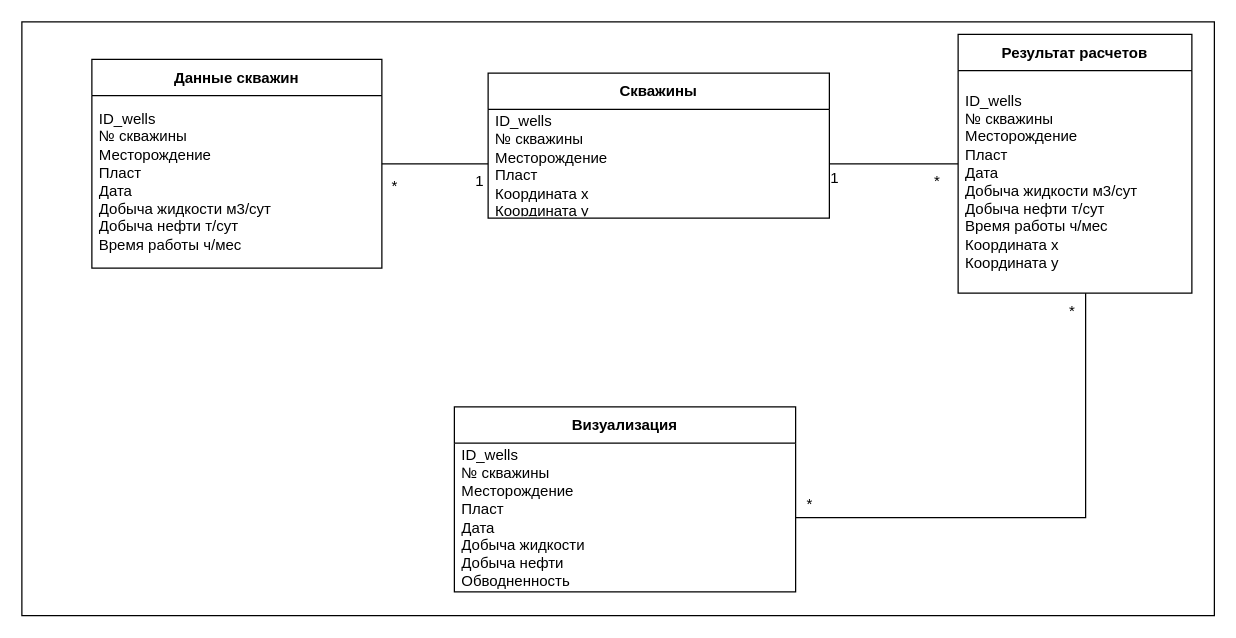
Earlier version of the draw.io diagram page "Логическая модель данных" (5 of 5) of UML diagramms.drawio (KonstantinBatrakov/BPMN_EPC_IDEF0_UML). Source tidied: cells renumbered, new cells numbered last; positions are measured from the earlier drawing's top-left corner, leaving out a move shared by most shapes. Both pictures are drawn from the tidied source at 125%, with x=0, y=0 at pixel (21, 21).
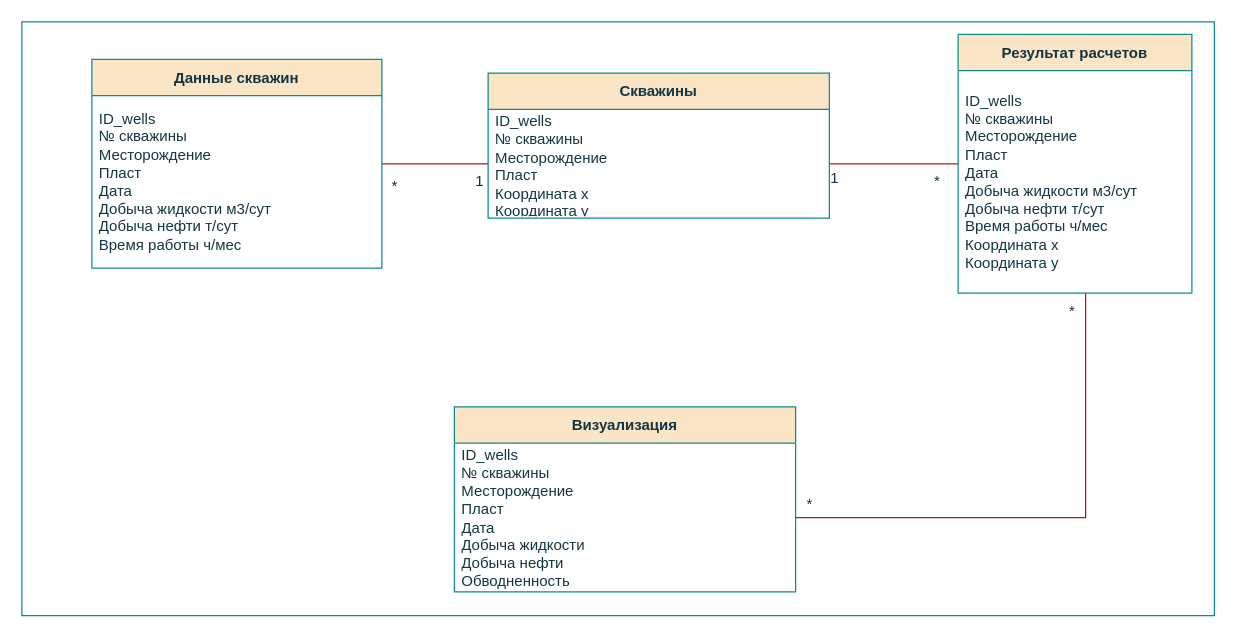
The same diagram, later.

Change to the diagram source:
```diff
@@
-    <mxCell id="2" style="rounded=0;whiteSpace=wrap;html=1;" parent="1" vertex="1">
+    <mxCell id="2" style="rounded=0;whiteSpace=wrap;html=1;labelBackgroundColor=none;fillColor=none;strokeColor=#0F8B8D;fontColor=#143642;" parent="1" vertex="1">
       <mxGeometry width="954" height="475" as="geometry" />
     </mxCell>
-    <mxCell id="3" style="edgeStyle=orthogonalEdgeStyle;rounded=0;jettySize=auto;html=1;entryX=0;entryY=0.5;entryDx=0;entryDy=0;fontSize=12;strokeColor=default;endArrow=none;endFill=0;" parent="1" edge="1" source="6" target="14">
+    <mxCell id="3" style="edgeStyle=orthogonalEdgeStyle;rounded=0;jettySize=auto;html=1;entryX=0;entryY=0.5;entryDx=0;entryDy=0;fontSize=12;endArrow=none;endFill=0;labelBackgroundColor=none;fontColor=default;strokeColor=#A8201A;" parent="1" edge="1" source="6" target="14">
       <mxGeometry relative="1" as="geometry" />
     </mxCell>
-    <mxCell id="4" value="1" style="edgeLabel;html=1;align=center;verticalAlign=middle;fontSize=12;" parent="3" vertex="1">
+    <mxCell id="4" value="1" style="edgeLabel;html=1;align=center;verticalAlign=middle;fontSize=12;labelBackgroundColor=none;fontColor=#143642;" parent="3" vertex="1">
       <mxGeometry x="0.79" y="-3" relative="1" as="geometry">
         <mxPoint x="1" y="11" as="offset" />
       </mxGeometry>
     </mxCell>
-    <mxCell id="5" value="&lt;div&gt;*&lt;br&gt;&lt;/div&gt;" style="edgeLabel;html=1;align=center;verticalAlign=middle;fontSize=12;" parent="3" vertex="1">
+    <mxCell id="5" value="&lt;div&gt;*&lt;br&gt;&lt;/div&gt;" style="edgeLabel;html=1;align=center;verticalAlign=middle;fontSize=12;labelBackgroundColor=none;fontColor=#143642;" parent="3" vertex="1">
       <mxGeometry x="-0.78" y="-2" relative="1" as="geometry">
         <mxPoint y="16" as="offset" />
       </mxGeometry>
     </mxCell>
-    <mxCell id="6" value="Данные скважин" style="swimlane;fontStyle=1;align=center;verticalAlign=middle;horizontal=1;startSize=29;html=1;whiteSpace=wrap;" parent="1" vertex="1">
+    <mxCell id="6" value="Данные скважин" style="swimlane;fontStyle=1;align=center;verticalAlign=middle;horizontal=1;startSize=29;html=1;whiteSpace=wrap;labelBackgroundColor=none;fillColor=#FAE5C7;strokeColor=#0F8B8D;fontColor=#143642;" parent="1" vertex="1">
       <mxGeometry x="56" y="30" width="232" height="167" as="geometry" />
     </mxCell>
-    <mxCell id="7" value="&lt;div&gt;ID_wells&lt;br&gt;&lt;/div&gt;№ скважины&lt;div&gt;&lt;span style=&quot;background-color: initial;&quot;&gt;Месторождение&lt;/span&gt;&lt;/div&gt;&lt;div&gt;Пласт&lt;div&gt;Дата&lt;/div&gt;&lt;div&gt;Добыча жидкости м3/сут&lt;/div&gt;&lt;div&gt;Добыча нефти т/сут&lt;/div&gt;&lt;div&gt;Время работы ч/мес&lt;/div&gt;&lt;/div&gt;" style="text;html=1;strokeColor=none;fillColor=none;align=left;verticalAlign=middle;spacingLeft=4;spacingRight=4;overflow=hidden;whiteSpace=wrap;" parent="6" vertex="1">
+    <mxCell id="7" value="&lt;div&gt;ID_wells&lt;br&gt;&lt;/div&gt;№ скважины&lt;div&gt;&lt;span style=&quot;background-color: initial;&quot;&gt;Месторождение&lt;/span&gt;&lt;/div&gt;&lt;div&gt;Пласт&lt;div&gt;Дата&lt;/div&gt;&lt;div&gt;Добыча жидкости м3/сут&lt;/div&gt;&lt;div&gt;Добыча нефти т/сут&lt;/div&gt;&lt;div&gt;Время работы ч/мес&lt;/div&gt;&lt;/div&gt;" style="text;html=1;strokeColor=none;fillColor=none;align=left;verticalAlign=middle;spacingLeft=4;spacingRight=4;overflow=hidden;whiteSpace=wrap;labelBackgroundColor=none;fontColor=#143642;" parent="6" vertex="1">
       <mxGeometry y="29" width="232" height="138" as="geometry" />
     </mxCell>
-    <mxCell id="8" style="edgeStyle=orthogonalEdgeStyle;rounded=0;jettySize=auto;html=1;entryX=1;entryY=0.5;entryDx=0;entryDy=0;fontSize=12;strokeColor=default;endArrow=none;endFill=0;" parent="1" edge="1" source="11" target="14">
+    <mxCell id="8" style="edgeStyle=orthogonalEdgeStyle;rounded=0;jettySize=auto;html=1;entryX=1;entryY=0.5;entryDx=0;entryDy=0;fontSize=12;endArrow=none;endFill=0;labelBackgroundColor=none;fontColor=default;strokeColor=#A8201A;" parent="1" edge="1" source="11" target="14">
       <mxGeometry relative="1" as="geometry" />
     </mxCell>
-    <mxCell id="9" value="*" style="edgeLabel;html=1;align=center;verticalAlign=middle;fontSize=12;" parent="8" vertex="1">
+    <mxCell id="9" value="*" style="edgeLabel;html=1;align=center;verticalAlign=middle;fontSize=12;labelBackgroundColor=none;fontColor=#143642;" parent="8" vertex="1">
       <mxGeometry x="-0.91" relative="1" as="geometry">
         <mxPoint x="-13" y="14" as="offset" />
       </mxGeometry>
     </mxCell>
-    <mxCell id="10" value="1" style="edgeLabel;html=1;align=center;verticalAlign=middle;fontSize=12;" parent="8" vertex="1">
+    <mxCell id="10" value="1" style="edgeLabel;html=1;align=center;verticalAlign=middle;fontSize=12;labelBackgroundColor=none;fontColor=#143642;" parent="8" vertex="1">
       <mxGeometry x="0.9" y="2" relative="1" as="geometry">
         <mxPoint x="-2" y="9" as="offset" />
       </mxGeometry>
     </mxCell>
-    <mxCell id="11" value="Результат расчетов" style="swimlane;fontStyle=1;align=center;verticalAlign=middle;horizontal=1;startSize=29;html=1;whiteSpace=wrap;" parent="1" vertex="1">
+    <mxCell id="11" value="Результат расчетов" style="swimlane;fontStyle=1;align=center;verticalAlign=middle;horizontal=1;startSize=29;html=1;whiteSpace=wrap;labelBackgroundColor=none;fillColor=#FAE5C7;strokeColor=#0F8B8D;fontColor=#143642;" parent="1" vertex="1">
       <mxGeometry x="749" y="10" width="187" height="207" as="geometry" />
     </mxCell>
-    <mxCell id="12" value="&lt;div&gt;&lt;span style=&quot;background-color: initial;&quot;&gt;ID_wells&lt;/span&gt;&lt;/div&gt;№ скважины&lt;div&gt;Месторождение&lt;/div&gt;&lt;div&gt;Пласт&lt;br&gt;&lt;/div&gt;&lt;div&gt;Дата&lt;/div&gt;&lt;div&gt;Добыча жидкости м3/сут&lt;/div&gt;&lt;div&gt;Добыча нефти т/сут&lt;/div&gt;&lt;div&gt;Время работы ч/мес&lt;/div&gt;&lt;div&gt;Координата х&lt;/div&gt;&lt;div&gt;Координата у&lt;/div&gt;" style="text;html=1;strokeColor=none;fillColor=none;align=left;verticalAlign=middle;spacingLeft=4;spacingRight=4;overflow=hidden;points=[[0,0.5],[1,0.5]];portConstraint=eastwest;whiteSpace=wrap;" parent="11" vertex="1">
+    <mxCell id="12" value="&lt;div&gt;&lt;span style=&quot;background-color: initial;&quot;&gt;ID_wells&lt;/span&gt;&lt;/div&gt;№ скважины&lt;div&gt;Месторождение&lt;/div&gt;&lt;div&gt;Пласт&lt;br&gt;&lt;/div&gt;&lt;div&gt;Дата&lt;/div&gt;&lt;div&gt;Добыча жидкости м3/сут&lt;/div&gt;&lt;div&gt;Добыча нефти т/сут&lt;/div&gt;&lt;div&gt;Время работы ч/мес&lt;/div&gt;&lt;div&gt;Координата х&lt;/div&gt;&lt;div&gt;Координата у&lt;/div&gt;" style="text;html=1;strokeColor=none;fillColor=none;align=left;verticalAlign=middle;spacingLeft=4;spacingRight=4;overflow=hidden;points=[[0,0.5],[1,0.5]];portConstraint=eastwest;whiteSpace=wrap;labelBackgroundColor=none;fontColor=#143642;" parent="11" vertex="1">
       <mxGeometry y="29" width="187" height="178" as="geometry" />
     </mxCell>
-    <mxCell id="13" value="Скважины" style="swimlane;fontStyle=1;align=center;verticalAlign=middle;horizontal=1;startSize=29;html=1;whiteSpace=wrap;" parent="1" vertex="1">
+    <mxCell id="13" value="Скважины" style="swimlane;fontStyle=1;align=center;verticalAlign=middle;horizontal=1;startSize=29;html=1;whiteSpace=wrap;labelBackgroundColor=none;fillColor=#FAE5C7;strokeColor=#0F8B8D;fontColor=#143642;" parent="1" vertex="1">
       <mxGeometry x="373" y="41" width="273" height="116" as="geometry" />
     </mxCell>
-    <mxCell id="14" value="&lt;div&gt;&lt;span style=&quot;background-color: initial;&quot;&gt;ID_wells&lt;/span&gt;&lt;br&gt;&lt;/div&gt;&lt;div&gt;&lt;span style=&quot;background-color: initial;&quot;&gt;№ скважины&lt;/span&gt;&lt;br&gt;&lt;/div&gt;&lt;div&gt;Месторождение&lt;/div&gt;&lt;div&gt;Пласт&lt;/div&gt;&lt;div&gt;&lt;div&gt;Координата х&lt;/div&gt;&lt;div&gt;Координата у&lt;/div&gt;&lt;div&gt;&lt;br&gt;&lt;/div&gt;&lt;/div&gt;" style="text;html=1;strokeColor=none;fillColor=none;align=left;verticalAlign=middle;spacingLeft=4;spacingRight=4;overflow=hidden;points=[[0,0.5],[1,0.5]];portConstraint=eastwest;whiteSpace=wrap;" parent="13" vertex="1">
+    <mxCell id="14" value="&lt;div&gt;&lt;span style=&quot;background-color: initial;&quot;&gt;ID_wells&lt;/span&gt;&lt;br&gt;&lt;/div&gt;&lt;div&gt;&lt;span style=&quot;background-color: initial;&quot;&gt;№ скважины&lt;/span&gt;&lt;br&gt;&lt;/div&gt;&lt;div&gt;Месторождение&lt;/div&gt;&lt;div&gt;Пласт&lt;/div&gt;&lt;div&gt;&lt;div&gt;Координата х&lt;/div&gt;&lt;div&gt;Координата у&lt;/div&gt;&lt;div&gt;&lt;br&gt;&lt;/div&gt;&lt;/div&gt;" style="text;html=1;strokeColor=none;fillColor=none;align=left;verticalAlign=middle;spacingLeft=4;spacingRight=4;overflow=hidden;points=[[0,0.5],[1,0.5]];portConstraint=eastwest;whiteSpace=wrap;labelBackgroundColor=none;fontColor=#143642;" parent="13" vertex="1">
       <mxGeometry y="29" width="273" height="87" as="geometry" />
     </mxCell>
-    <mxCell id="15" value="Визуализация" style="swimlane;fontStyle=1;align=center;verticalAlign=middle;horizontal=1;startSize=29;html=1;whiteSpace=wrap;" parent="1" vertex="1">
+    <mxCell id="15" value="Визуализация" style="swimlane;fontStyle=1;align=center;verticalAlign=middle;horizontal=1;startSize=29;html=1;whiteSpace=wrap;labelBackgroundColor=none;fillColor=#FAE5C7;strokeColor=#0F8B8D;fontColor=#143642;" parent="1" vertex="1">
       <mxGeometry x="346" y="308" width="273" height="148" as="geometry" />
     </mxCell>
-    <mxCell id="16" value="&lt;div&gt;&lt;span style=&quot;background-color: initial;&quot;&gt;ID_wells&lt;/span&gt;&lt;br&gt;&lt;/div&gt;&lt;div&gt;&lt;span style=&quot;background-color: initial;&quot;&gt;№ скважины&lt;/span&gt;&lt;br&gt;&lt;/div&gt;&lt;div&gt;Месторождение&lt;/div&gt;&lt;div&gt;Пласт&lt;/div&gt;&lt;div&gt;Дата&lt;/div&gt;&lt;div&gt;Добыча жидкости&lt;/div&gt;&lt;div&gt;Добыча нефти&lt;/div&gt;&lt;div&gt;Обводненность&lt;/div&gt;" style="text;html=1;strokeColor=none;fillColor=none;align=left;verticalAlign=middle;spacingLeft=4;spacingRight=4;overflow=hidden;points=[[0,0.5],[1,0.5]];portConstraint=eastwest;whiteSpace=wrap;" parent="15" vertex="1">
+    <mxCell id="16" value="&lt;div&gt;&lt;span style=&quot;background-color: initial;&quot;&gt;ID_wells&lt;/span&gt;&lt;br&gt;&lt;/div&gt;&lt;div&gt;&lt;span style=&quot;background-color: initial;&quot;&gt;№ скважины&lt;/span&gt;&lt;br&gt;&lt;/div&gt;&lt;div&gt;Месторождение&lt;/div&gt;&lt;div&gt;Пласт&lt;/div&gt;&lt;div&gt;Дата&lt;/div&gt;&lt;div&gt;Добыча жидкости&lt;/div&gt;&lt;div&gt;Добыча нефти&lt;/div&gt;&lt;div&gt;Обводненность&lt;/div&gt;" style="text;html=1;strokeColor=none;fillColor=none;align=left;verticalAlign=middle;spacingLeft=4;spacingRight=4;overflow=hidden;points=[[0,0.5],[1,0.5]];portConstraint=eastwest;whiteSpace=wrap;labelBackgroundColor=none;fontColor=#143642;" parent="15" vertex="1">
       <mxGeometry y="29" width="273" height="119" as="geometry" />
     </mxCell>
-    <mxCell id="17" style="edgeStyle=orthogonalEdgeStyle;rounded=0;jettySize=auto;html=1;entryX=1;entryY=0.5;entryDx=0;entryDy=0;fontSize=12;strokeColor=default;endArrow=none;endFill=0;" parent="1" edge="1" source="12" target="16">
+    <mxCell id="17" style="edgeStyle=orthogonalEdgeStyle;rounded=0;jettySize=auto;html=1;entryX=1;entryY=0.5;entryDx=0;entryDy=0;fontSize=12;endArrow=none;endFill=0;labelBackgroundColor=none;fontColor=default;strokeColor=#A8201A;" parent="1" edge="1" source="12" target="16">
       <mxGeometry relative="1" as="geometry">
         <Array as="points">
           <mxPoint x="851" y="397" />
         </Array>
       </mxGeometry>
     </mxCell>
-    <mxCell id="18" value="*" style="edgeLabel;html=1;align=center;verticalAlign=middle;fontSize=12;" parent="17" vertex="1">
+    <mxCell id="18" value="*" style="edgeLabel;html=1;align=center;verticalAlign=middle;fontSize=12;labelBackgroundColor=none;fontColor=#143642;" parent="17" vertex="1">
       <mxGeometry x="-0.89" y="-2" relative="1" as="geometry">
         <mxPoint x="-10" y="-9" as="offset" />
       </mxGeometry>
     </mxCell>
-    <mxCell id="19" value="*" style="edgeLabel;html=1;align=center;verticalAlign=middle;fontSize=12;" parent="17" vertex="1">
+    <mxCell id="19" value="*" style="edgeLabel;html=1;align=center;verticalAlign=middle;fontSize=12;labelBackgroundColor=none;fontColor=#143642;" parent="17" vertex="1">
       <mxGeometry x="0.9" relative="1" as="geometry">
         <mxPoint x="-10" y="-11" as="offset" />
       </mxGeometry>
     </mxCell>
```
